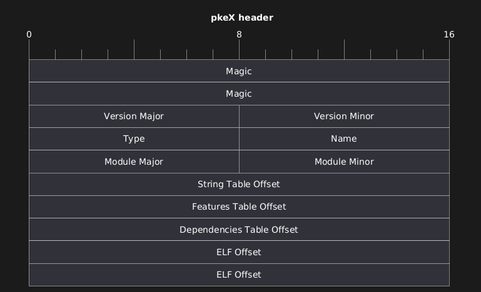
Above: res/pkex.header.png in purpleK2/pkex (PlantUML), before the change. Its source is kept beside it as res/pkex.header.puml.
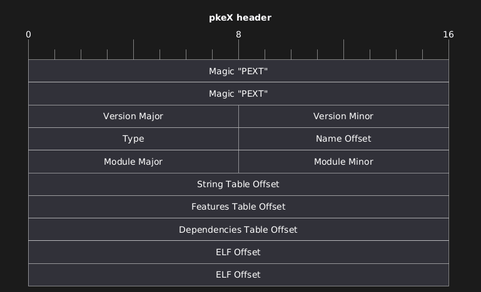
Later version of the same file.

Diff of the diagram source:
```diff
@@ -3,11 +3,11 @@
 
 scale_interval = 8;
 
-0-31: Magic
+0-31: Magic "PEXT"
 32-39: Version Major
 40-47: Version Minor
 48-55: Type
-56-63: Name
+56-63: Name Offset
 64-71: Module Major
 72-79: Module Minor
 80-95: String Table Offset
```
